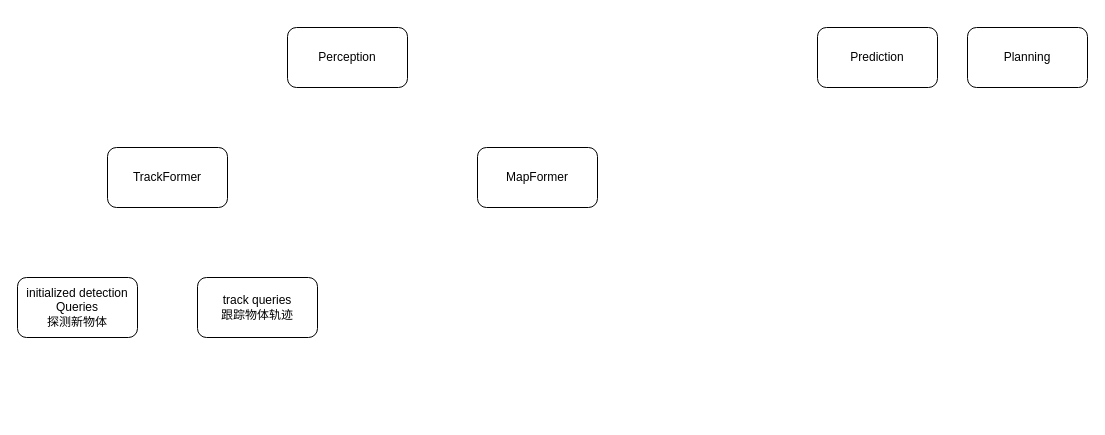
wxxsusie/files keeps this draw.io diagram as uniAD.drawio. Above is the earlier version. Source tidied: cells renumbered, new cells numbered last; positions are measured from the earlier drawing's top-left corner, leaving out a move shared by most shapes. Both pictures are drawn from the tidied source at 100%, with x=0, y=0 at pixel (17, 27).
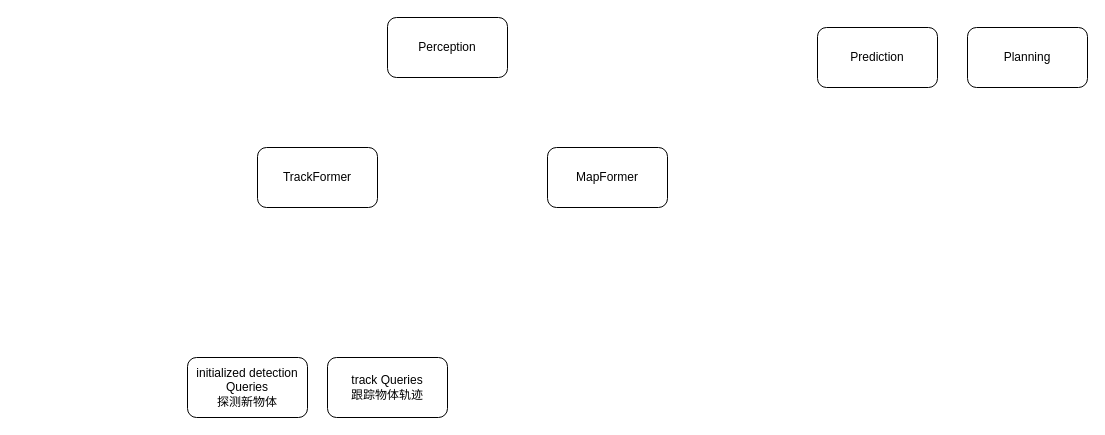
After the change.

Diff of the diagram source:
```diff
@@
 <mxGraphModel>
   <root>
     <mxCell id="0" />
     <mxCell id="1" parent="0" />
     <mxCell id="2" value="Perception" style="rounded=1;whiteSpace=wrap;html=1;" parent="1" vertex="1">
-      <mxGeometry x="270" width="120" height="60" as="geometry" />
+      <mxGeometry x="370" y="-10" width="120" height="60" as="geometry" />
     </mxCell>
     <mxCell id="3" value="Prediction" style="rounded=1;whiteSpace=wrap;html=1;" parent="1" vertex="1">
       <mxGeometry x="800" width="120" height="60" as="geometry" />
     </mxCell>
     <mxCell id="4" value="Planning" style="rounded=1;whiteSpace=wrap;html=1;" parent="1" vertex="1">
       <mxGeometry x="950" width="120" height="60" as="geometry" />
     </mxCell>
     <mxCell id="5" value="TrackFormer" style="rounded=1;whiteSpace=wrap;html=1;" parent="1" vertex="1">
-      <mxGeometry x="90" y="120" width="120" height="60" as="geometry" />
+      <mxGeometry x="240" y="120" width="120" height="60" as="geometry" />
     </mxCell>
     <mxCell id="6" value="MapFormer" style="rounded=1;whiteSpace=wrap;html=1;" parent="1" vertex="1">
-      <mxGeometry x="460" y="120" width="120" height="60" as="geometry" />
+      <mxGeometry x="530" y="120" width="120" height="60" as="geometry" />
     </mxCell>
     <mxCell id="7" value="initialized detection&lt;div&gt;Queries&lt;/div&gt;&lt;div&gt;探测新物体&lt;/div&gt;" style="rounded=1;whiteSpace=wrap;html=1;" parent="1" vertex="1">
-      <mxGeometry y="250" width="120" height="60" as="geometry" />
+      <mxGeometry x="170" y="330" width="120" height="60" as="geometry" />
     </mxCell>
-    <mxCell id="8" value="track queries&lt;div&gt;跟踪物体轨迹&lt;/div&gt;" style="rounded=1;whiteSpace=wrap;html=1;" parent="1" vertex="1">
-      <mxGeometry x="180" y="250" width="120" height="60" as="geometry" />
+    <mxCell id="8" value="track Queries&lt;div&gt;跟踪物体轨迹&lt;/div&gt;" style="rounded=1;whiteSpace=wrap;html=1;" parent="1" vertex="1">
+      <mxGeometry x="310" y="330" width="120" height="60" as="geometry" />
     </mxCell>
   </root>
 </mxGraphModel>
```
